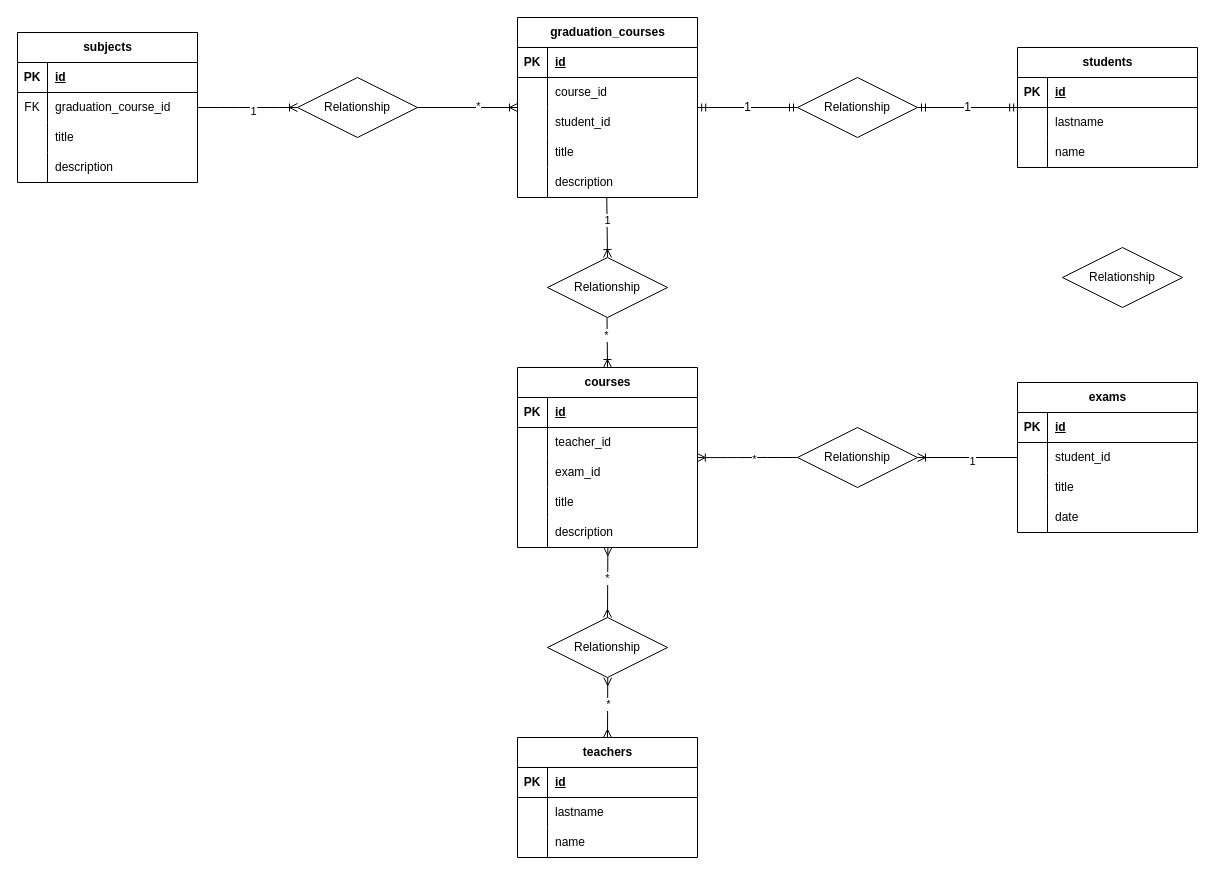
gabrielemarchesano/db-university keeps this draw.io diagram as diagram.dio. Above is the earlier version. Source tidied: cells renumbered, new cells numbered last; positions are measured from the earlier drawing's top-left corner, leaving out a move shared by most shapes. Both pictures are drawn from the tidied source at 100%, with x=0, y=0 at pixel (17, 17).
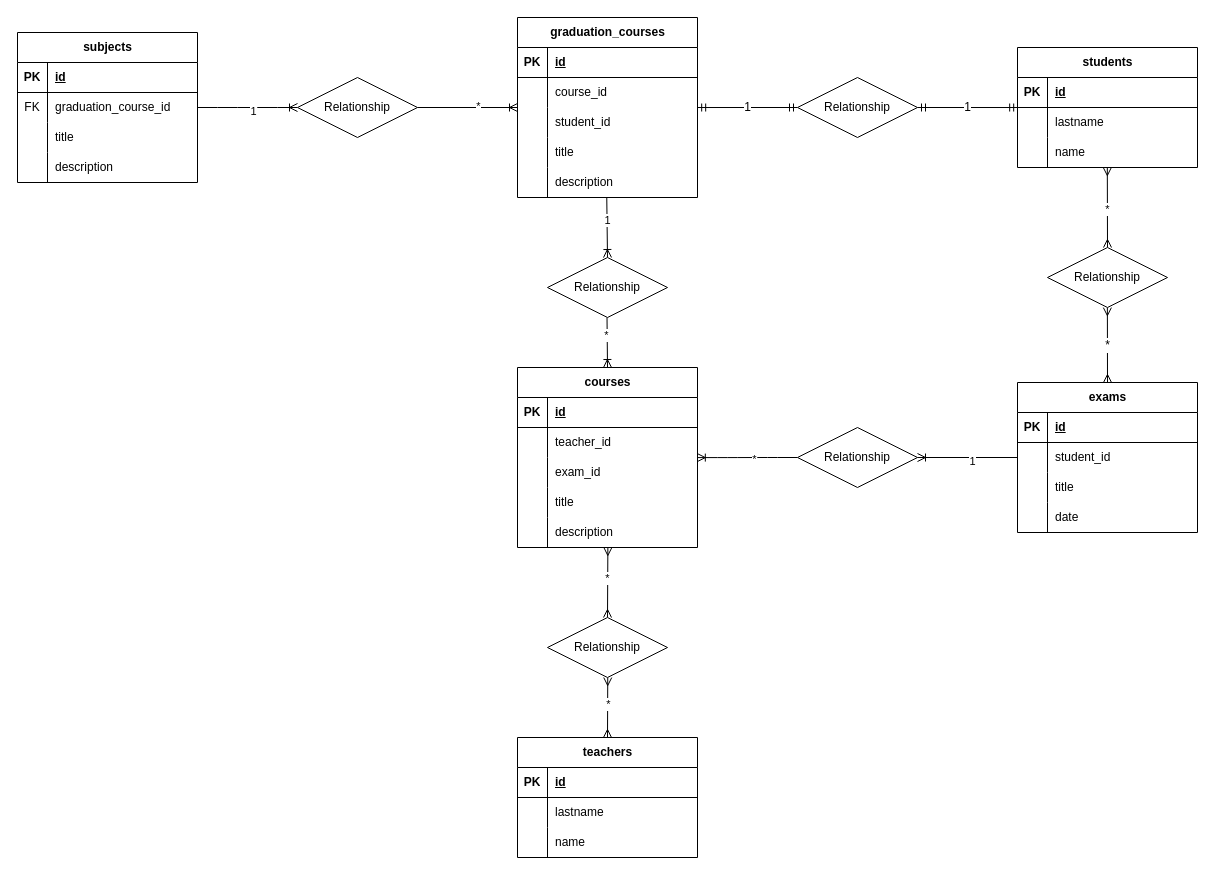
The same diagram, later.

Commit message:
create the sixth relationship

The change refers to these unchanged cells:
```xml
<mxCell id="19" style="shape=tableRow;horizontal=0;startSize=0;swimlaneHead=0;swimlaneBody=0;fillColor=none;points=[[0,0.5],[1,0.5]];portConstraint=eastwest;top=0;left=0;right=0;bottom=0;" parent="12" vertex="1">
  <mxGeometry y="90" width="180" height="30" as="geometry" />
</mxCell>
<mxCell id="22" value="exams" style="shape=table;startSize=30;childLayout=tableLayout;rowLines=0;fontStyle=1;align=center;html=1;" parent="1" vertex="1">
  <mxGeometry x="1000" y="365" width="180" height="150" as="geometry" />
</mxCell>
```

What changed in the source:
```diff
@@
-    <mxCell id="80" value="Relationship" style="shape=rhombus;perimeter=rhombusPerimeter;whiteSpace=wrap;html=1;align=center;" parent="1" vertex="1">
-      <mxGeometry x="1045" y="230" width="120" height="60" as="geometry" />
-    </mxCell>
@@
+    <mxCell id="104" style="fontSize=12;html=1;endArrow=ERmany;startArrow=ERmany;exitX=0.5;exitY=0;exitDx=0;exitDy=0;entryX=0.499;entryY=1.002;entryDx=0;entryDy=0;entryPerimeter=0;" parent="1" edge="1" source="80" target="19">
+      <mxGeometry relative="1" as="geometry" />
+    </mxCell>
+    <mxCell id="105" value="*" style="edgeLabel;html=1;align=center;verticalAlign=middle;" parent="104" vertex="1">
+      <mxGeometry x="-0.02" relative="1" as="geometry" />
+    </mxCell>
+    <mxCell id="106" value="*" style="fontSize=12;html=1;endArrow=ERmany;startArrow=ERmany;exitX=0.5;exitY=0;exitDx=0;exitDy=0;entryX=0.499;entryY=1.002;entryDx=0;entryDy=0;entryPerimeter=0;" parent="1" edge="1" source="22" target="80">
+      <mxGeometry relative="1" as="geometry" />
+    </mxCell>
+    <mxCell id="80" value="Relationship" style="shape=rhombus;perimeter=rhombusPerimeter;whiteSpace=wrap;html=1;align=center;" parent="1" vertex="1">
+      <mxGeometry x="1030" y="230" width="120" height="60" as="geometry" />
+    </mxCell>
```
